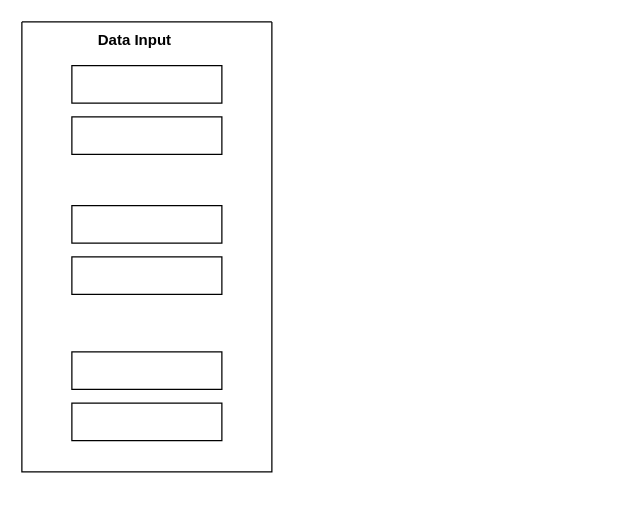
Above: one/Untitled Diagram.drawio in theJohnCode/storage (draw.io), before the change. Source tidied: cells renumbered, new cells numbered last; positions are measured from the earlier drawing's top-left corner, leaving out a move shared by most shapes. Both pictures are drawn from the tidied source at 125%, with x=0, y=0 at pixel (21, 21).
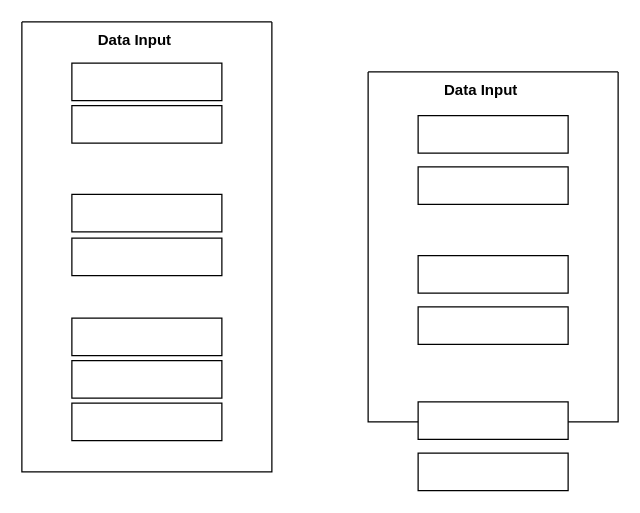
After the change.

The edit, as a diff of the source:
```diff
@@
 <mxGraphModel>
   <root>
     <mxCell id="0" />
     <mxCell id="1" parent="0" />
     <mxCell id="2" style="swimlane;startSize=0;" parent="1" vertex="1">
       <mxGeometry width="200" height="360" as="geometry" />
     </mxCell>
     <mxCell id="3" style="rounded=0;whiteSpace=wrap;html=1;" parent="2" vertex="1">
-      <mxGeometry x="40" y="35" width="120" height="30" as="geometry" />
+      <mxGeometry x="40" y="33" width="120" height="30" as="geometry" />
     </mxCell>
     <mxCell id="4" value="&lt;b&gt;Data Input&lt;/b&gt;" style="text;html=1;align=center;verticalAlign=middle;strokeColor=none;fillColor=none;" parent="2" vertex="1">
       <mxGeometry x="50" width="80" height="30" as="geometry" />
     </mxCell>
     <mxCell id="5" style="rounded=0;whiteSpace=wrap;html=1;" parent="2" vertex="1">
-      <mxGeometry x="40" y="76" width="120" height="30" as="geometry" />
+      <mxGeometry x="40" y="67" width="120" height="30" as="geometry" />
     </mxCell>
     <mxCell id="6" style="rounded=0;whiteSpace=wrap;html=1;" parent="2" vertex="1">
-      <mxGeometry x="40" y="147" width="120" height="30" as="geometry" />
+      <mxGeometry x="40" y="138" width="120" height="30" as="geometry" />
     </mxCell>
     <mxCell id="7" style="rounded=0;whiteSpace=wrap;html=1;" parent="2" vertex="1">
-      <mxGeometry x="40" y="188" width="120" height="30" as="geometry" />
+      <mxGeometry x="40" y="173" width="120" height="30" as="geometry" />
     </mxCell>
     <mxCell id="8" style="rounded=0;whiteSpace=wrap;html=1;" parent="2" vertex="1">
-      <mxGeometry x="40" y="264" width="120" height="30" as="geometry" />
+      <mxGeometry x="40" y="271" width="120" height="30" as="geometry" />
     </mxCell>
     <mxCell id="9" style="rounded=0;whiteSpace=wrap;html=1;" parent="2" vertex="1">
       <mxGeometry x="40" y="305" width="120" height="30" as="geometry" />
     </mxCell>
+    <mxCell id="10" style="rounded=0;whiteSpace=wrap;html=1;" parent="2" vertex="1">
+      <mxGeometry x="40" y="237" width="120" height="30" as="geometry" />
+    </mxCell>
+    <mxCell id="11" style="swimlane;startSize=0;" parent="1" vertex="1">
+      <mxGeometry x="277" y="40" width="200" height="280" as="geometry" />
+    </mxCell>
+    <mxCell id="12" style="rounded=0;whiteSpace=wrap;html=1;" parent="11" vertex="1">
+      <mxGeometry x="40" y="35" width="120" height="30" as="geometry" />
+    </mxCell>
+    <mxCell id="13" value="&lt;b&gt;Data Input&lt;/b&gt;" style="text;html=1;align=center;verticalAlign=middle;strokeColor=none;fillColor=none;" parent="11" vertex="1">
+      <mxGeometry x="50" width="80" height="30" as="geometry" />
+    </mxCell>
+    <mxCell id="14" style="rounded=0;whiteSpace=wrap;html=1;" parent="11" vertex="1">
+      <mxGeometry x="40" y="76" width="120" height="30" as="geometry" />
+    </mxCell>
+    <mxCell id="15" style="rounded=0;whiteSpace=wrap;html=1;" parent="11" vertex="1">
+      <mxGeometry x="40" y="147" width="120" height="30" as="geometry" />
+    </mxCell>
+    <mxCell id="16" style="rounded=0;whiteSpace=wrap;html=1;" parent="11" vertex="1">
+      <mxGeometry x="40" y="188" width="120" height="30" as="geometry" />
+    </mxCell>
+    <mxCell id="17" style="rounded=0;whiteSpace=wrap;html=1;" parent="11" vertex="1">
+      <mxGeometry x="40" y="264" width="120" height="30" as="geometry" />
+    </mxCell>
+    <mxCell id="18" style="rounded=0;whiteSpace=wrap;html=1;" parent="11" vertex="1">
+      <mxGeometry x="40" y="305" width="120" height="30" as="geometry" />
+    </mxCell>
   </root>
 </mxGraphModel>
```
